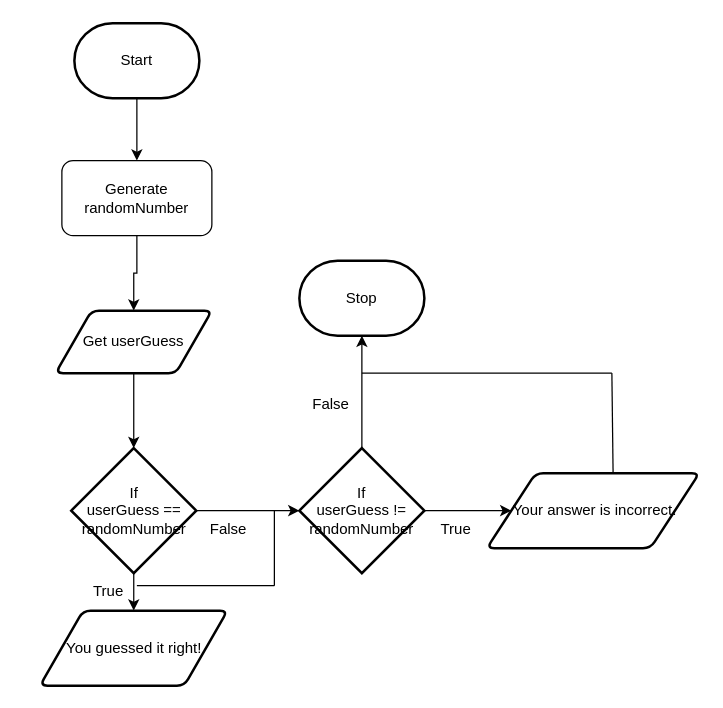
This is design/flowchart.drawio from MTHS-ICD2O-1-2024/ICD2O-Unit-5-02-Olivia-Ten-Den, a draw.io file, before an edit. Source tidied: cells renumbered, new cells numbered last; positions are measured from the earlier drawing's top-left corner, leaving out a move shared by most shapes. Both pictures are drawn from the tidied source at 125%, with x=0, y=0 at pixel (39, 22).
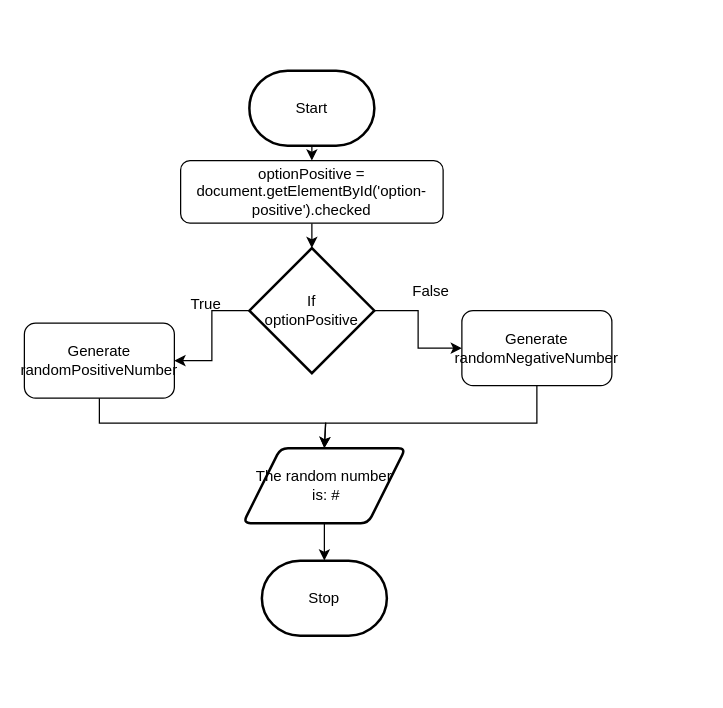
The same page after the edit.

Diff of the diagram source:
```diff
@@
-    <mxCell id="2" style="edgeStyle=orthogonalEdgeStyle;html=1;exitX=0.5;exitY=1;exitDx=0;exitDy=0;exitPerimeter=0;entryX=0.5;entryY=0;entryDx=0;entryDy=0;rounded=0;" parent="1" edge="1" source="3" target="4">
-      <mxGeometry relative="1" as="geometry" />
-    </mxCell>
+    <mxCell id="25" style="edgeStyle=none;html=1;exitX=0.5;exitY=1;exitDx=0;exitDy=0;exitPerimeter=0;entryX=0.5;entryY=0;entryDx=0;entryDy=0;" parent="1" edge="1" source="3" target="36">
+      <mxGeometry relative="1" as="geometry" />
+    </mxCell>
     <mxCell id="3" value="Start" style="strokeWidth=2;html=1;shape=mxgraph.flowchart.terminator;whiteSpace=wrap;" parent="1" vertex="1">
-      <mxGeometry x="28" width="100" height="60" as="geometry" />
+      <mxGeometry x="168" y="38" width="100" height="60" as="geometry" />
     </mxCell>
-    <mxCell id="4" value="Generate randomNumber" style="rounded=1;whiteSpace=wrap;html=1;" parent="1" vertex="1">
-      <mxGeometry x="18" y="110" width="120" height="60" as="geometry" />
-    </mxCell>
-    <mxCell id="5" style="edgeStyle=orthogonalEdgeStyle;html=1;exitX=0.5;exitY=1;exitDx=0;exitDy=0;rounded=0;" parent="1" edge="1" source="4" target="6">
-      <mxGeometry relative="1" as="geometry" />
-    </mxCell>
-    <mxCell id="6" value="Get userGuess" style="shape=parallelogram;html=1;strokeWidth=2;perimeter=parallelogramPerimeter;whiteSpace=wrap;rounded=1;arcSize=12;size=0.23;" parent="1" vertex="1">
-      <mxGeometry x="13" y="230" width="125" height="50" as="geometry" />
-    </mxCell>
-    <mxCell id="7" value="If&lt;div&gt;userGuess == randomNumber&lt;/div&gt;" style="strokeWidth=2;html=1;shape=mxgraph.flowchart.decision;whiteSpace=wrap;" parent="1" vertex="1">
-      <mxGeometry x="25.5" y="340" width="100" height="100" as="geometry" />
-    </mxCell>
-    <mxCell id="8" style="edgeStyle=orthogonalEdgeStyle;html=1;exitX=0.5;exitY=1;exitDx=0;exitDy=0;entryX=0.5;entryY=0;entryDx=0;entryDy=0;entryPerimeter=0;rounded=0;" parent="1" edge="1" source="6" target="7">
-      <mxGeometry relative="1" as="geometry" />
-    </mxCell>
-    <mxCell id="9" style="edgeStyle=orthogonalEdgeStyle;html=1;rounded=0;exitX=1;exitY=0.5;exitDx=0;exitDy=0;exitPerimeter=0;entryX=0;entryY=0.5;entryDx=0;entryDy=0;entryPerimeter=0;" parent="1" edge="1" source="7" target="14">
-      <mxGeometry relative="1" as="geometry" />
-    </mxCell>
-    <mxCell id="10" style="edgeStyle=orthogonalEdgeStyle;html=1;rounded=0;exitX=0.5;exitY=1;exitDx=0;exitDy=0;exitPerimeter=0;" parent="1" edge="1" source="7" target="11">
-      <mxGeometry relative="1" as="geometry" />
-    </mxCell>
-    <mxCell id="11" value="You guessed it right!" style="shape=parallelogram;html=1;strokeWidth=2;perimeter=parallelogramPerimeter;whiteSpace=wrap;rounded=1;arcSize=12;size=0.23;" parent="1" vertex="1">
-      <mxGeometry x="0.5" y="470" width="150" height="60" as="geometry" />
-    </mxCell>
     <mxCell id="12" value="True" style="text;html=1;align=center;verticalAlign=middle;strokeColor=none;fillColor=none;" parent="1" vertex="1">
-      <mxGeometry x="29.5" y="440" width="50" height="30" as="geometry" />
+      <mxGeometry x="108" y="210" width="50" height="30" as="geometry" />
     </mxCell>
     <mxCell id="13" value="False" style="text;html=1;align=center;verticalAlign=middle;strokeColor=none;fillColor=none;" parent="1" vertex="1">
-      <mxGeometry x="125.5" y="390" width="50" height="30" as="geometry" />
+      <mxGeometry x="288" y="200" width="50" height="30" as="geometry" />
     </mxCell>
-    <mxCell id="14" value="If&lt;div&gt;userGuess != randomNumber&lt;/div&gt;" style="strokeWidth=2;html=1;shape=mxgraph.flowchart.decision;whiteSpace=wrap;" parent="1" vertex="1">
-      <mxGeometry x="208" y="340" width="100" height="100" as="geometry" />
-    </mxCell>
-    <mxCell id="15" style="endArrow=none;html=1;" parent="1" edge="1">
-      <mxGeometry relative="1" as="geometry">
-        <mxPoint x="188" y="390" as="sourcePoint" />
-        <mxPoint x="188" y="450" as="targetPoint" />
-      </mxGeometry>
-    </mxCell>
-    <mxCell id="16" style="endArrow=none;html=1;" parent="1" edge="1">
-      <mxGeometry relative="1" as="geometry">
-        <mxPoint x="78" y="450" as="sourcePoint" />
-        <mxPoint x="188" y="450" as="targetPoint" />
-      </mxGeometry>
-    </mxCell>
-    <mxCell id="17" style="edgeStyle=orthogonalEdgeStyle;html=1;rounded=0;exitX=1;exitY=0.5;exitDx=0;exitDy=0;exitPerimeter=0;" parent="1" edge="1" source="14" target="18">
-      <mxGeometry relative="1" as="geometry" />
-    </mxCell>
-    <mxCell id="18" value="&amp;nbsp;Your answer is incorrect." style="shape=parallelogram;html=1;strokeWidth=2;perimeter=parallelogramPerimeter;whiteSpace=wrap;rounded=1;arcSize=12;size=0.23;" parent="1" vertex="1">
-      <mxGeometry x="358" y="360" width="170" height="60" as="geometry" />
-    </mxCell>
-    <mxCell id="19" value="True" style="text;html=1;align=center;verticalAlign=middle;strokeColor=none;fillColor=none;" parent="1" vertex="1">
-      <mxGeometry x="308" y="390" width="50" height="30" as="geometry" />
-    </mxCell>
-    <mxCell id="20" style="edgeStyle=orthogonalEdgeStyle;html=1;exitX=0.5;exitY=0;exitDx=0;exitDy=0;rounded=0;exitPerimeter=0;entryX=0.5;entryY=1;entryDx=0;entryDy=0;entryPerimeter=0;" parent="1" edge="1" source="14" target="21">
-      <mxGeometry relative="1" as="geometry" />
-    </mxCell>
     <mxCell id="21" value="Stop" style="strokeWidth=2;html=1;shape=mxgraph.flowchart.terminator;whiteSpace=wrap;" parent="1" vertex="1">
-      <mxGeometry x="208" y="190" width="100" height="60" as="geometry" />
+      <mxGeometry x="178" y="430" width="100" height="60" as="geometry" />
     </mxCell>
-    <mxCell id="22" value="False" style="text;html=1;align=center;verticalAlign=middle;strokeColor=none;fillColor=none;" parent="1" vertex="1">
-      <mxGeometry x="208" y="290" width="50" height="30" as="geometry" />
-    </mxCell>
-    <mxCell id="23" style="endArrow=none;html=1;" parent="1" edge="1">
-      <mxGeometry relative="1" as="geometry">
-        <mxPoint x="258" y="280" as="sourcePoint" />
-        <mxPoint x="458" y="280" as="targetPoint" />
-      </mxGeometry>
-    </mxCell>
-    <mxCell id="24" style="endArrow=none;html=1;exitX=0.594;exitY=0.005;exitDx=0;exitDy=0;exitPerimeter=0;" parent="1" edge="1" source="18">
-      <mxGeometry relative="1" as="geometry">
-        <mxPoint x="458" y="280" as="targetPoint" />
-      </mxGeometry>
-    </mxCell>
+    <mxCell id="26" value="If&lt;div&gt;optionPositive&lt;/div&gt;" style="strokeWidth=2;html=1;shape=mxgraph.flowchart.decision;whiteSpace=wrap;direction=south;" parent="1" vertex="1">
+      <mxGeometry x="168" y="180" width="100" height="100" as="geometry" />
+    </mxCell>
+    <mxCell id="27" style="edgeStyle=orthogonalEdgeStyle;html=1;exitX=0.5;exitY=0;exitDx=0;exitDy=0;exitPerimeter=0;rounded=0;entryX=0;entryY=0.5;entryDx=0;entryDy=0;" parent="1" edge="1" source="26" target="31">
+      <mxGeometry relative="1" as="geometry" />
+    </mxCell>
+    <mxCell id="28" style="edgeStyle=orthogonalEdgeStyle;html=1;exitX=0.5;exitY=1;exitDx=0;exitDy=0;exitPerimeter=0;rounded=0;entryX=1;entryY=0.5;entryDx=0;entryDy=0;" parent="1" edge="1" source="26" target="30">
+      <mxGeometry relative="1" as="geometry" />
+    </mxCell>
+    <mxCell id="29" value="The random number&lt;div&gt;&amp;nbsp;is: #&lt;/div&gt;" style="shape=parallelogram;html=1;strokeWidth=2;perimeter=parallelogramPerimeter;whiteSpace=wrap;rounded=1;arcSize=12;size=0.23;" parent="1" vertex="1">
+      <mxGeometry x="163" y="340" width="130" height="60" as="geometry" />
+    </mxCell>
+    <mxCell id="30" value="Generate randomPositiveNumber" style="rounded=1;whiteSpace=wrap;html=1;" parent="1" vertex="1">
+      <mxGeometry x="-12" y="240" width="120" height="60" as="geometry" />
+    </mxCell>
+    <mxCell id="31" value="Generate randomNegativeNumber" style="rounded=1;whiteSpace=wrap;html=1;" parent="1" vertex="1">
+      <mxGeometry x="338" y="230" width="120" height="60" as="geometry" />
+    </mxCell>
+    <mxCell id="32" style="edgeStyle=orthogonalEdgeStyle;html=1;exitX=0.5;exitY=1;exitDx=0;exitDy=0;rounded=0;" parent="1" edge="1" source="30">
+      <mxGeometry relative="1" as="geometry">
+        <mxPoint x="228" y="340" as="targetPoint" />
+        <Array as="points">
+          <mxPoint x="48" y="320" />
+          <mxPoint x="229" y="320" />
+        </Array>
+      </mxGeometry>
+    </mxCell>
+    <mxCell id="33" style="edgeStyle=orthogonalEdgeStyle;html=1;exitX=0.5;exitY=1;exitDx=0;exitDy=0;rounded=0;" parent="1" edge="1" source="31">
+      <mxGeometry relative="1" as="geometry">
+        <mxPoint x="228" y="340" as="targetPoint" />
+        <Array as="points">
+          <mxPoint x="398" y="320" />
+          <mxPoint x="229" y="320" />
+        </Array>
+      </mxGeometry>
+    </mxCell>
+    <mxCell id="34" style="edgeStyle=orthogonalEdgeStyle;html=1;exitX=0.5;exitY=1;exitDx=0;exitDy=0;rounded=0;entryX=0.5;entryY=0;entryDx=0;entryDy=0;entryPerimeter=0;" parent="1" edge="1" source="29" target="21">
+      <mxGeometry relative="1" as="geometry" />
+    </mxCell>
+    <mxCell id="35" style="edgeStyle=none;html=1;" parent="1" edge="1" source="36" target="26">
+      <mxGeometry relative="1" as="geometry" />
+    </mxCell>
+    <mxCell id="36" value="optionPositive = document.getElementById('option-positive').checked" style="rounded=1;whiteSpace=wrap;html=1;" parent="1" vertex="1">
+      <mxGeometry x="113" y="110" width="210" height="50" as="geometry" />
+    </mxCell>
```
